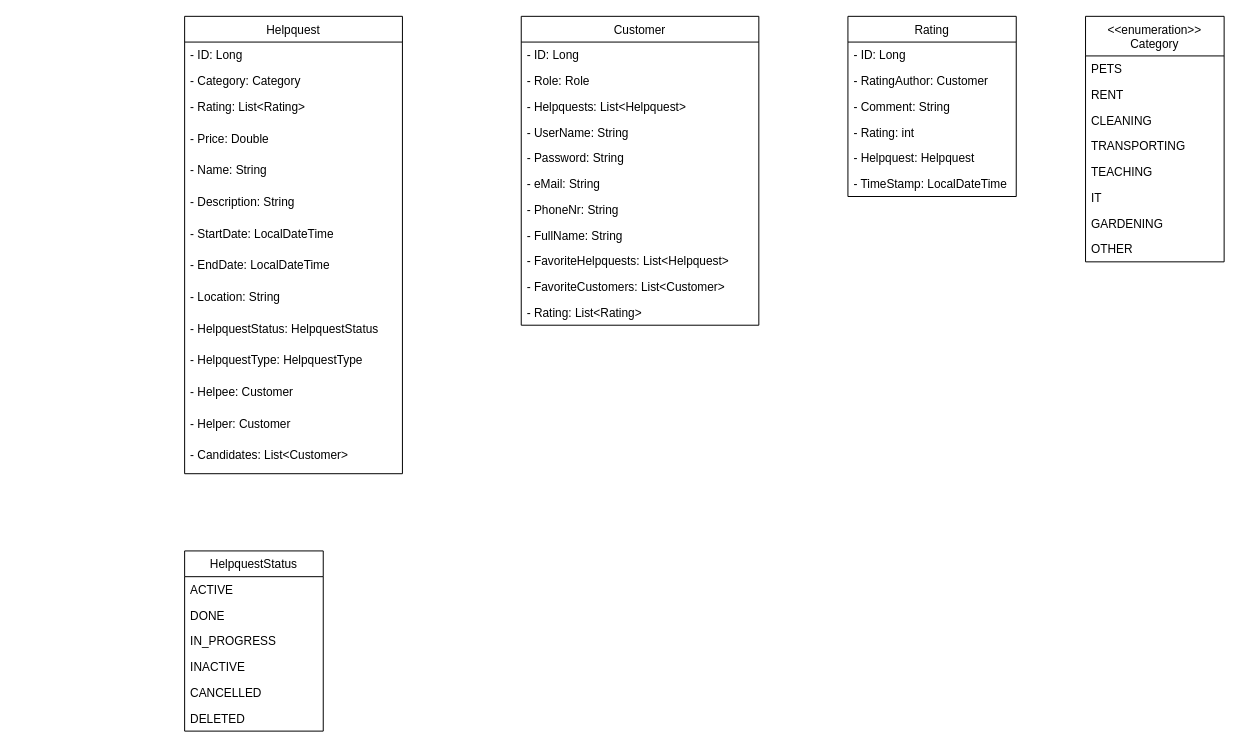
Earlier version of the draw.io diagram Helppy-FinalProject-Diagrams.drawio (Dgebu/SDA). Source tidied: cells renumbered, new cells numbered last; positions are measured from the earlier drawing's top-left corner, leaving out a move shared by most shapes. Both pictures are drawn from the tidied source at 99%, with x=0, y=0 at pixel (184, 16).
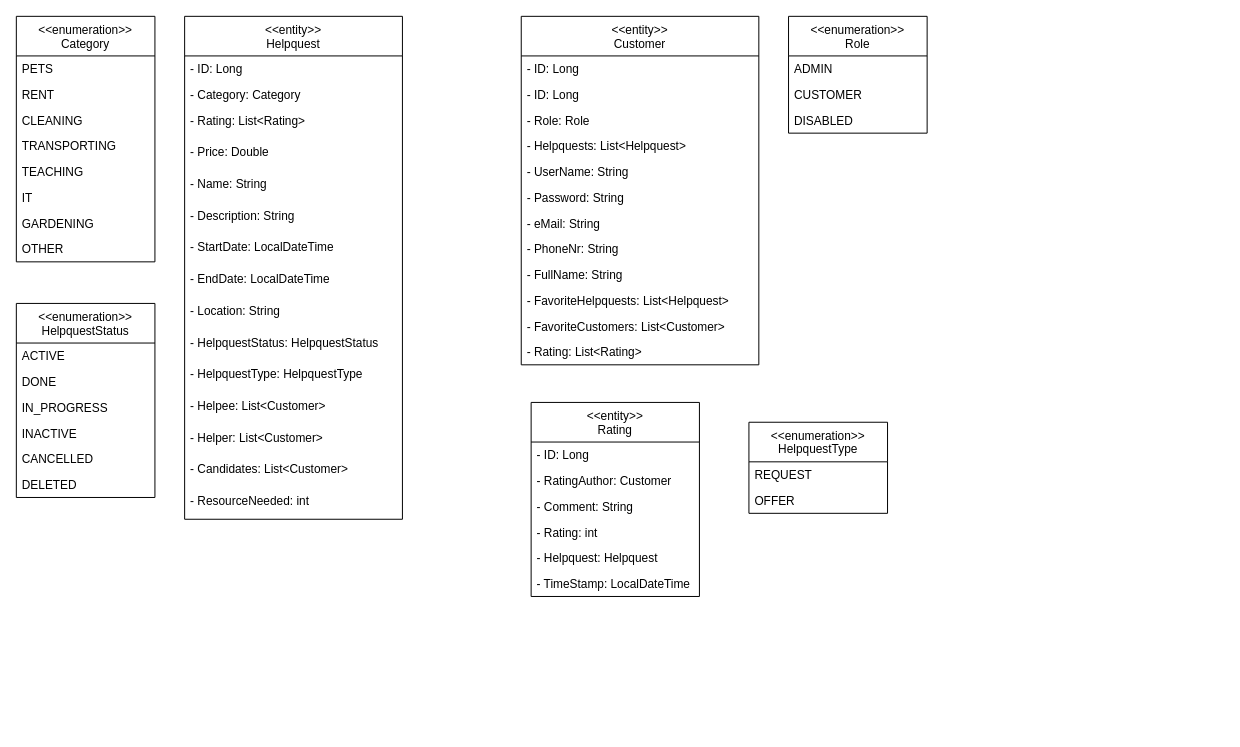
Above is the later version.

The edit, as a diff of the source:
```diff
@@
-    <mxCell id="2" value="Helpquest" style="swimlane;fontStyle=0;horizontal=1;startSize=26;fillColor=none;" parent="1" vertex="1">
-      <mxGeometry width="220" height="462" as="geometry" />
+    <mxCell id="2" value="&lt;&lt;entity&gt;&gt;&#10;Helpquest" style="swimlane;fontStyle=0;horizontal=1;startSize=40;fillColor=none;" parent="1" vertex="1">
+      <mxGeometry width="220" height="508" as="geometry" />
     </mxCell>
     <mxCell id="3" value="- ID: Long" style="text;strokeColor=none;fillColor=none;align=left;verticalAlign=top;spacingLeft=4;spacingRight=4;overflow=hidden;" parent="2" vertex="1">
-      <mxGeometry y="26" width="220" height="26" as="geometry" />
+      <mxGeometry y="40" width="220" height="26" as="geometry" />
     </mxCell>
     <mxCell id="4" value="- Category: Category" style="text;strokeColor=none;fillColor=none;align=left;verticalAlign=top;spacingLeft=4;spacingRight=4;overflow=hidden;" parent="2" vertex="1">
-      <mxGeometry y="52" width="220" height="26" as="geometry" />
+      <mxGeometry y="66" width="220" height="26" as="geometry" />
     </mxCell>
     <mxCell id="5" value="- Rating: List&lt;Rating&gt;" style="text;strokeColor=none;fillColor=none;align=left;verticalAlign=top;spacingLeft=4;spacingRight=4;overflow=hidden;" parent="2" vertex="1">
-      <mxGeometry y="78" width="220" height="32" as="geometry" />
+      <mxGeometry y="92" width="220" height="32" as="geometry" />
     </mxCell>
     <mxCell id="6" value="- Price: Double" style="text;strokeColor=none;fillColor=none;align=left;verticalAlign=top;spacingLeft=4;spacingRight=4;overflow=hidden;" parent="2" vertex="1">
-      <mxGeometry y="110" width="220" height="32" as="geometry" />
+      <mxGeometry y="124" width="220" height="32" as="geometry" />
     </mxCell>
     <mxCell id="7" value="- Name: String" style="text;strokeColor=none;fillColor=none;align=left;verticalAlign=top;spacingLeft=4;spacingRight=4;overflow=hidden;" parent="2" vertex="1">
-      <mxGeometry y="142" width="220" height="32" as="geometry" />
+      <mxGeometry y="156" width="220" height="32" as="geometry" />
     </mxCell>
     <mxCell id="8" value="- Description: String" style="text;strokeColor=none;fillColor=none;align=left;verticalAlign=top;spacingLeft=4;spacingRight=4;overflow=hidden;" parent="2" vertex="1">
-      <mxGeometry y="174" width="220" height="32" as="geometry" />
+      <mxGeometry y="188" width="220" height="32" as="geometry" />
     </mxCell>
     <mxCell id="9" value="- StartDate: LocalDateTime" style="text;strokeColor=none;fillColor=none;align=left;verticalAlign=top;spacingLeft=4;spacingRight=4;overflow=hidden;" parent="2" vertex="1">
-      <mxGeometry y="206" width="220" height="32" as="geometry" />
+      <mxGeometry y="220" width="220" height="32" as="geometry" />
     </mxCell>
     <mxCell id="10" value="- EndDate: LocalDateTime" style="text;strokeColor=none;fillColor=none;align=left;verticalAlign=top;spacingLeft=4;spacingRight=4;overflow=hidden;" parent="2" vertex="1">
-      <mxGeometry y="238" width="220" height="32" as="geometry" />
+      <mxGeometry y="252" width="220" height="32" as="geometry" />
     </mxCell>
     <mxCell id="11" value="- Location: String" style="text;strokeColor=none;fillColor=none;align=left;verticalAlign=top;spacingLeft=4;spacingRight=4;overflow=hidden;" parent="2" vertex="1">
-      <mxGeometry y="270" width="220" height="32" as="geometry" />
+      <mxGeometry y="284" width="220" height="32" as="geometry" />
     </mxCell>
     <mxCell id="12" value="- HelpquestStatus: HelpquestStatus" style="text;strokeColor=none;fillColor=none;align=left;verticalAlign=top;spacingLeft=4;spacingRight=4;overflow=hidden;" parent="2" vertex="1">
-      <mxGeometry y="302" width="220" height="32" as="geometry" />
+      <mxGeometry y="316" width="220" height="32" as="geometry" />
     </mxCell>
     <mxCell id="13" value="- HelpquestType: HelpquestType" style="text;strokeColor=none;fillColor=none;align=left;verticalAlign=top;spacingLeft=4;spacingRight=4;overflow=hidden;" parent="2" vertex="1">
-      <mxGeometry y="334" width="220" height="32" as="geometry" />
+      <mxGeometry y="348" width="220" height="32" as="geometry" />
     </mxCell>
-    <mxCell id="14" value="- Helpee: Customer" style="text;strokeColor=none;fillColor=none;align=left;verticalAlign=top;spacingLeft=4;spacingRight=4;overflow=hidden;" parent="2" vertex="1">
-      <mxGeometry y="366" width="220" height="32" as="geometry" />
+    <mxCell id="14" value="- Helpee: List&lt;Customer&gt;" style="text;strokeColor=none;fillColor=none;align=left;verticalAlign=top;spacingLeft=4;spacingRight=4;overflow=hidden;" parent="2" vertex="1">
+      <mxGeometry y="380" width="220" height="32" as="geometry" />
     </mxCell>
-    <mxCell id="15" value="- Helper: Customer" style="text;strokeColor=none;fillColor=none;align=left;verticalAlign=top;spacingLeft=4;spacingRight=4;overflow=hidden;" parent="2" vertex="1">
-      <mxGeometry y="398" width="220" height="32" as="geometry" />
+    <mxCell id="15" value="- Helper: List&lt;Customer&gt;" style="text;strokeColor=none;fillColor=none;align=left;verticalAlign=top;spacingLeft=4;spacingRight=4;overflow=hidden;" parent="2" vertex="1">
+      <mxGeometry y="412" width="220" height="32" as="geometry" />
     </mxCell>
     <mxCell id="16" value="- Candidates: List&lt;Customer&gt;" style="text;strokeColor=none;fillColor=none;align=left;verticalAlign=top;spacingLeft=4;spacingRight=4;overflow=hidden;" parent="2" vertex="1">
-      <mxGeometry y="430" width="220" height="32" as="geometry" />
+      <mxGeometry y="444" width="220" height="32" as="geometry" />
     </mxCell>
+    <mxCell id="52" value="- ResourceNeeded: int" style="text;strokeColor=none;fillColor=none;align=left;verticalAlign=top;spacingLeft=4;spacingRight=4;overflow=hidden;" parent="2" vertex="1">
+      <mxGeometry y="476" width="220" height="32" as="geometry" />
+    </mxCell>
-    <mxCell id="17" value="Customer" style="swimlane;fontStyle=0;horizontal=1;startSize=26;fillColor=none;" parent="1" vertex="1">
-      <mxGeometry x="340" width="240" height="312" as="geometry" />
+    <mxCell id="17" value="&lt;&lt;entity&gt;&gt;&#10;Customer" style="swimlane;fontStyle=0;horizontal=1;startSize=40;fillColor=none;" parent="1" vertex="1">
+      <mxGeometry x="340" width="240" height="352" as="geometry" />
     </mxCell>
+    <mxCell id="53" value="- ID: Long" style="text;strokeColor=none;fillColor=none;align=left;verticalAlign=top;spacingLeft=4;spacingRight=4;overflow=hidden;" parent="17" vertex="1">
+      <mxGeometry y="40" width="240" height="26" as="geometry" />
+    </mxCell>
     <mxCell id="18" value="- ID: Long" style="text;strokeColor=none;fillColor=none;align=left;verticalAlign=top;spacingLeft=4;spacingRight=4;overflow=hidden;" parent="17" vertex="1">
-      <mxGeometry y="26" width="240" height="26" as="geometry" />
+      <mxGeometry y="66" width="240" height="26" as="geometry" />
     </mxCell>
     <mxCell id="19" value="- Role: Role" style="text;strokeColor=none;fillColor=none;align=left;verticalAlign=top;spacingLeft=4;spacingRight=4;overflow=hidden;" parent="17" vertex="1">
-      <mxGeometry y="52" width="240" height="26" as="geometry" />
+      <mxGeometry y="92" width="240" height="26" as="geometry" />
     </mxCell>
     <mxCell id="20" value="- Helpquests: List&lt;Helpquest&gt;" style="text;strokeColor=none;fillColor=none;align=left;verticalAlign=top;spacingLeft=4;spacingRight=4;overflow=hidden;" parent="17" vertex="1">
-      <mxGeometry y="78" width="240" height="26" as="geometry" />
+      <mxGeometry y="118" width="240" height="26" as="geometry" />
     </mxCell>
     <mxCell id="21" value="- UserName: String" style="text;strokeColor=none;fillColor=none;align=left;verticalAlign=top;spacingLeft=4;spacingRight=4;overflow=hidden;" parent="17" vertex="1">
-      <mxGeometry y="104" width="240" height="26" as="geometry" />
+      <mxGeometry y="144" width="240" height="26" as="geometry" />
     </mxCell>
     <mxCell id="22" value="- Password: String" style="text;strokeColor=none;fillColor=none;align=left;verticalAlign=top;spacingLeft=4;spacingRight=4;overflow=hidden;" parent="17" vertex="1">
-      <mxGeometry y="130" width="240" height="26" as="geometry" />
+      <mxGeometry y="170" width="240" height="26" as="geometry" />
     </mxCell>
     <mxCell id="23" value="- eMail: String" style="text;strokeColor=none;fillColor=none;align=left;verticalAlign=top;spacingLeft=4;spacingRight=4;overflow=hidden;" parent="17" vertex="1">
-      <mxGeometry y="156" width="240" height="26" as="geometry" />
+      <mxGeometry y="196" width="240" height="26" as="geometry" />
     </mxCell>
     <mxCell id="24" value="- PhoneNr: String" style="text;strokeColor=none;fillColor=none;align=left;verticalAlign=top;spacingLeft=4;spacingRight=4;overflow=hidden;" parent="17" vertex="1">
-      <mxGeometry y="182" width="240" height="26" as="geometry" />
+      <mxGeometry y="222" width="240" height="26" as="geometry" />
     </mxCell>
     <mxCell id="25" value="- FullName: String" style="text;strokeColor=none;fillColor=none;align=left;verticalAlign=top;spacingLeft=4;spacingRight=4;overflow=hidden;" parent="17" vertex="1">
-      <mxGeometry y="208" width="240" height="26" as="geometry" />
+      <mxGeometry y="248" width="240" height="26" as="geometry" />
     </mxCell>
     <mxCell id="26" value="- FavoriteHelpquests: List&lt;Helpquest&gt;" style="text;strokeColor=none;fillColor=none;align=left;verticalAlign=top;spacingLeft=4;spacingRight=4;overflow=hidden;" parent="17" vertex="1">
-      <mxGeometry y="234" width="240" height="26" as="geometry" />
+      <mxGeometry y="274" width="240" height="26" as="geometry" />
     </mxCell>
     <mxCell id="27" value="- FavoriteCustomers: List&lt;Customer&gt;" style="text;strokeColor=none;fillColor=none;align=left;verticalAlign=top;spacingLeft=4;spacingRight=4;overflow=hidden;" parent="17" vertex="1">
-      <mxGeometry y="260" width="240" height="26" as="geometry" />
+      <mxGeometry y="300" width="240" height="26" as="geometry" />
     </mxCell>
     <mxCell id="28" value="- Rating: List&lt;Rating&gt;" style="text;strokeColor=none;fillColor=none;align=left;verticalAlign=top;spacingLeft=4;spacingRight=4;overflow=hidden;" parent="17" vertex="1">
-      <mxGeometry y="286" width="240" height="26" as="geometry" />
+      <mxGeometry y="326" width="240" height="26" as="geometry" />
     </mxCell>
-    <mxCell id="29" value="Rating" style="swimlane;fontStyle=0;horizontal=1;startSize=26;fillColor=none;" parent="1" vertex="1">
-      <mxGeometry x="670" width="170" height="182" as="geometry" />
-    </mxCell>
-    <mxCell id="30" value="- ID: Long" style="text;strokeColor=none;fillColor=none;align=left;verticalAlign=top;spacingLeft=4;spacingRight=4;overflow=hidden;" parent="29" vertex="1">
-      <mxGeometry y="26" width="170" height="26" as="geometry" />
-    </mxCell>
-    <mxCell id="31" value="- RatingAuthor: Customer" style="text;strokeColor=none;fillColor=none;align=left;verticalAlign=top;spacingLeft=4;spacingRight=4;overflow=hidden;" parent="29" vertex="1">
-      <mxGeometry y="52" width="170" height="26" as="geometry" />
-    </mxCell>
-    <mxCell id="32" value="- Comment: String" style="text;strokeColor=none;fillColor=none;align=left;verticalAlign=top;spacingLeft=4;spacingRight=4;overflow=hidden;" parent="29" vertex="1">
-      <mxGeometry y="78" width="170" height="26" as="geometry" />
-    </mxCell>
-    <mxCell id="33" value="- Rating: int" style="text;strokeColor=none;fillColor=none;align=left;verticalAlign=top;spacingLeft=4;spacingRight=4;overflow=hidden;" parent="29" vertex="1">
-      <mxGeometry y="104" width="170" height="26" as="geometry" />
-    </mxCell>
-    <mxCell id="34" value="- Helpquest: Helpquest" style="text;strokeColor=none;fillColor=none;align=left;verticalAlign=top;spacingLeft=4;spacingRight=4;overflow=hidden;" parent="29" vertex="1">
-      <mxGeometry y="130" width="170" height="26" as="geometry" />
-    </mxCell>
-    <mxCell id="35" value="- TimeStamp: LocalDateTime" style="text;strokeColor=none;fillColor=none;align=left;verticalAlign=top;spacingLeft=4;spacingRight=4;overflow=hidden;" parent="29" vertex="1">
-      <mxGeometry y="156" width="170" height="26" as="geometry" />
-    </mxCell>
     <mxCell id="36" value="&lt;&lt;enumeration&gt;&gt;&#10;Category" style="swimlane;fontStyle=0;horizontal=1;startSize=40;fillColor=none;" parent="1" vertex="1">
-      <mxGeometry x="910" width="140" height="248" as="geometry" />
+      <mxGeometry x="-170" width="140" height="248" as="geometry" />
     </mxCell>
@@
-    <mxCell id="45" value="HelpquestStatus" style="swimlane;fontStyle=0;horizontal=1;startSize=26;fillColor=none;" parent="1" vertex="1">
-      <mxGeometry y="540" width="140" height="182" as="geometry" />
+    <mxCell id="45" value="&lt;&lt;enumeration&gt;&gt;&#10;HelpquestStatus" style="swimlane;fontStyle=0;horizontal=1;startSize=40;fillColor=none;" parent="1" vertex="1">
+      <mxGeometry x="-170" y="290" width="140" height="196" as="geometry" />
     </mxCell>
     <mxCell id="46" value="ACTIVE" style="text;strokeColor=none;fillColor=none;align=left;verticalAlign=top;spacingLeft=4;spacingRight=4;overflow=hidden;" parent="45" vertex="1">
-      <mxGeometry y="26" width="140" height="26" as="geometry" />
+      <mxGeometry y="40" width="140" height="26" as="geometry" />
     </mxCell>
     <mxCell id="47" value="DONE" style="text;strokeColor=none;fillColor=none;align=left;verticalAlign=top;spacingLeft=4;spacingRight=4;overflow=hidden;" parent="45" vertex="1">
-      <mxGeometry y="52" width="140" height="26" as="geometry" />
+      <mxGeometry y="66" width="140" height="26" as="geometry" />
     </mxCell>
     <mxCell id="48" value="IN_PROGRESS" style="text;strokeColor=none;fillColor=none;align=left;verticalAlign=top;spacingLeft=4;spacingRight=4;overflow=hidden;" parent="45" vertex="1">
-      <mxGeometry y="78" width="140" height="26" as="geometry" />
+      <mxGeometry y="92" width="140" height="26" as="geometry" />
     </mxCell>
     <mxCell id="49" value="INACTIVE" style="text;strokeColor=none;fillColor=none;align=left;verticalAlign=top;spacingLeft=4;spacingRight=4;overflow=hidden;" parent="45" vertex="1">
-      <mxGeometry y="104" width="140" height="26" as="geometry" />
+      <mxGeometry y="118" width="140" height="26" as="geometry" />
     </mxCell>
     <mxCell id="50" value="CANCELLED" style="text;strokeColor=none;fillColor=none;align=left;verticalAlign=top;spacingLeft=4;spacingRight=4;overflow=hidden;" parent="45" vertex="1">
-      <mxGeometry y="130" width="140" height="26" as="geometry" />
+      <mxGeometry y="144" width="140" height="26" as="geometry" />
     </mxCell>
     <mxCell id="51" value="DELETED" style="text;strokeColor=none;fillColor=none;align=left;verticalAlign=top;spacingLeft=4;spacingRight=4;overflow=hidden;" parent="45" vertex="1">
-      <mxGeometry y="156" width="140" height="26" as="geometry" />
+      <mxGeometry y="170" width="140" height="26" as="geometry" />
     </mxCell>
+    <mxCell id="29" value="&lt;&lt;entity&gt;&gt;&#10;Rating" style="swimlane;fontStyle=0;horizontal=1;startSize=40;fillColor=none;" parent="1" vertex="1">
+      <mxGeometry x="350" y="390" width="170" height="196" as="geometry" />
+    </mxCell>
+    <mxCell id="30" value="- ID: Long" style="text;strokeColor=none;fillColor=none;align=left;verticalAlign=top;spacingLeft=4;spacingRight=4;overflow=hidden;" parent="29" vertex="1">
+      <mxGeometry y="40" width="170" height="26" as="geometry" />
+    </mxCell>
+    <mxCell id="31" value="- RatingAuthor: Customer" style="text;strokeColor=none;fillColor=none;align=left;verticalAlign=top;spacingLeft=4;spacingRight=4;overflow=hidden;" parent="29" vertex="1">
+      <mxGeometry y="66" width="170" height="26" as="geometry" />
+    </mxCell>
+    <mxCell id="32" value="- Comment: String" style="text;strokeColor=none;fillColor=none;align=left;verticalAlign=top;spacingLeft=4;spacingRight=4;overflow=hidden;" parent="29" vertex="1">
+      <mxGeometry y="92" width="170" height="26" as="geometry" />
+    </mxCell>
+    <mxCell id="33" value="- Rating: int" style="text;strokeColor=none;fillColor=none;align=left;verticalAlign=top;spacingLeft=4;spacingRight=4;overflow=hidden;" parent="29" vertex="1">
+      <mxGeometry y="118" width="170" height="26" as="geometry" />
+    </mxCell>
+    <mxCell id="34" value="- Helpquest: Helpquest" style="text;strokeColor=none;fillColor=none;align=left;verticalAlign=top;spacingLeft=4;spacingRight=4;overflow=hidden;" parent="29" vertex="1">
+      <mxGeometry y="144" width="170" height="26" as="geometry" />
+    </mxCell>
+    <mxCell id="35" value="- TimeStamp: LocalDateTime" style="text;strokeColor=none;fillColor=none;align=left;verticalAlign=top;spacingLeft=4;spacingRight=4;overflow=hidden;" parent="29" vertex="1">
+      <mxGeometry y="170" width="170" height="26" as="geometry" />
+    </mxCell>
+    <mxCell id="54" value="&lt;&lt;enumeration&gt;&gt;&#10;Role" style="swimlane;fontStyle=0;horizontal=1;startSize=40;fillColor=none;" parent="1" vertex="1">
+      <mxGeometry x="610" width="140" height="118" as="geometry" />
+    </mxCell>
+    <mxCell id="55" value="ADMIN" style="text;strokeColor=none;fillColor=none;align=left;verticalAlign=top;spacingLeft=4;spacingRight=4;overflow=hidden;" parent="54" vertex="1">
+      <mxGeometry y="40" width="140" height="26" as="geometry" />
+    </mxCell>
+    <mxCell id="56" value="CUSTOMER" style="text;strokeColor=none;fillColor=none;align=left;verticalAlign=top;spacingLeft=4;spacingRight=4;overflow=hidden;" parent="54" vertex="1">
+      <mxGeometry y="66" width="140" height="26" as="geometry" />
+    </mxCell>
+    <mxCell id="57" value="DISABLED" style="text;strokeColor=none;fillColor=none;align=left;verticalAlign=top;spacingLeft=4;spacingRight=4;overflow=hidden;" parent="54" vertex="1">
+      <mxGeometry y="92" width="140" height="26" as="geometry" />
+    </mxCell>
+    <mxCell id="58" value="&lt;&lt;enumeration&gt;&gt;&#10;HelpquestType" style="swimlane;fontStyle=0;horizontal=1;startSize=40;fillColor=none;" parent="1" vertex="1">
+      <mxGeometry x="570" y="410" width="140" height="92" as="geometry" />
+    </mxCell>
+    <mxCell id="59" value="REQUEST" style="text;strokeColor=none;fillColor=none;align=left;verticalAlign=top;spacingLeft=4;spacingRight=4;overflow=hidden;" parent="58" vertex="1">
+      <mxGeometry y="40" width="140" height="26" as="geometry" />
+    </mxCell>
+    <mxCell id="60" value="OFFER" style="text;strokeColor=none;fillColor=none;align=left;verticalAlign=top;spacingLeft=4;spacingRight=4;overflow=hidden;" parent="58" vertex="1">
+      <mxGeometry y="66" width="140" height="26" as="geometry" />
+    </mxCell>
```
